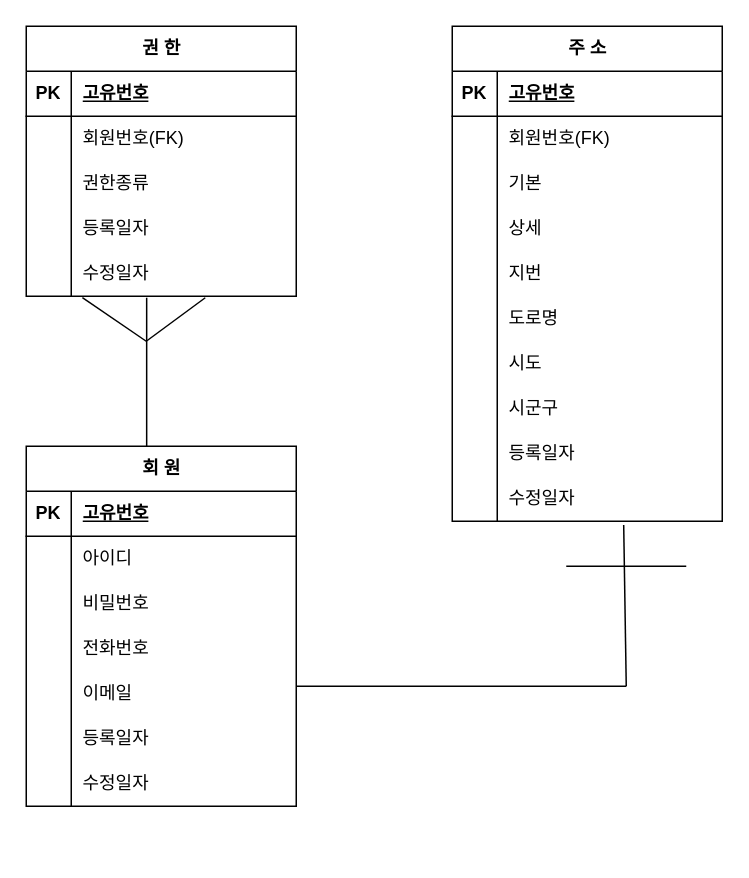
kjw1995/eCommerce keeps this draw.io diagram as src/main/eCommerce.drawio. Above is the earlier version. Source tidied: cells renumbered, new cells numbered last; positions are measured from the earlier drawing's top-left corner, leaving out a move shared by most shapes. Both pictures are drawn from the tidied source at 150%, with x=0, y=0 at pixel (26, 26).
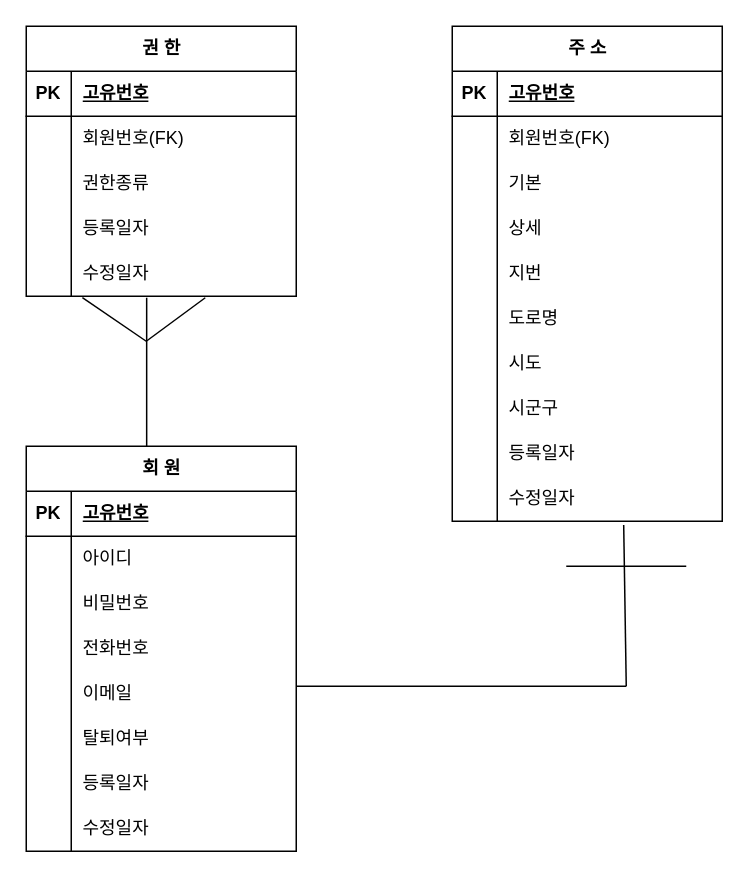
Above is the later version.

Commit message (it also covers changes not shown here):
ERD 변경에따른 JPA Entity 및 Repository 수정, 회원가입 서비스 로직 수정

What changed in the source:
```diff
@@
     <mxCell id="2" value="회 원" style="shape=table;startSize=30;childLayout=tableLayout;rowLines=0;fontStyle=1;align=center;html=1;" parent="1" vertex="1">
-      <mxGeometry y="280" width="180" height="240" as="geometry" />
+      <mxGeometry y="280" width="180" height="270" as="geometry" />
     </mxCell>
@@
+    <mxCell id="77" style="shape=tableRow;horizontal=0;startSize=0;swimlaneHead=0;swimlaneBody=0;fillColor=none;top=0;left=0;right=0;bottom=0;" parent="2" vertex="1">
+      <mxGeometry y="180" width="180" height="30" as="geometry" />
+    </mxCell>
+    <mxCell id="78" style="shape=partialRectangle;fillColor=none;top=0;left=0;bottom=0;right=0;overflow=hidden;whiteSpace=wrap;html=1;" parent="77" vertex="1">
+      <mxGeometry width="30" height="30" as="geometry" />
+    </mxCell>
+    <mxCell id="79" value="탈퇴여부" style="shape=partialRectangle;fillColor=none;top=0;left=0;bottom=0;right=0;align=left;spacingLeft=6;overflow=hidden;whiteSpace=wrap;html=1;" parent="77" vertex="1">
+      <mxGeometry x="30" width="150" height="30" as="geometry" />
+    </mxCell>
     <mxCell id="18" style="shape=tableRow;horizontal=0;startSize=0;swimlaneHead=0;swimlaneBody=0;fillColor=none;top=0;left=0;right=0;bottom=0;" parent="2" vertex="1">
-      <mxGeometry y="180" width="180" height="30" as="geometry" />
+      <mxGeometry y="210" width="180" height="30" as="geometry" />
     </mxCell>
@@
     <mxCell id="21" style="shape=tableRow;horizontal=0;startSize=0;swimlaneHead=0;swimlaneBody=0;fillColor=none;top=0;left=0;right=0;bottom=0;" parent="2" vertex="1">
-      <mxGeometry y="210" width="180" height="30" as="geometry" />
+      <mxGeometry y="240" width="180" height="30" as="geometry" />
     </mxCell>
```
